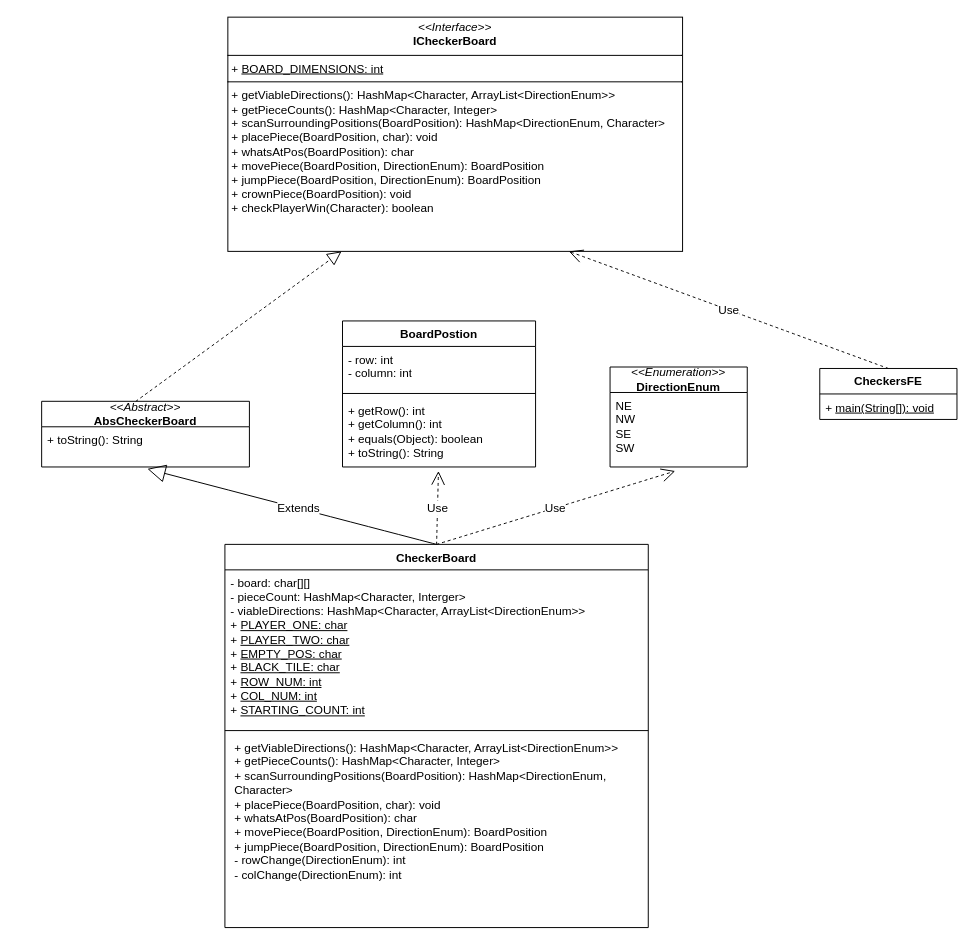
This is CheckersUML.drawio from liamnats17/cpsc2150-checkers, a draw.io file, before an edit. Source tidied: cells renumbered, new cells numbered last; positions are measured from the earlier drawing's top-left corner, leaving out a move shared by most shapes. Both pictures are drawn from the tidied source at 98%, with x=0, y=0 at pixel (41, 17).
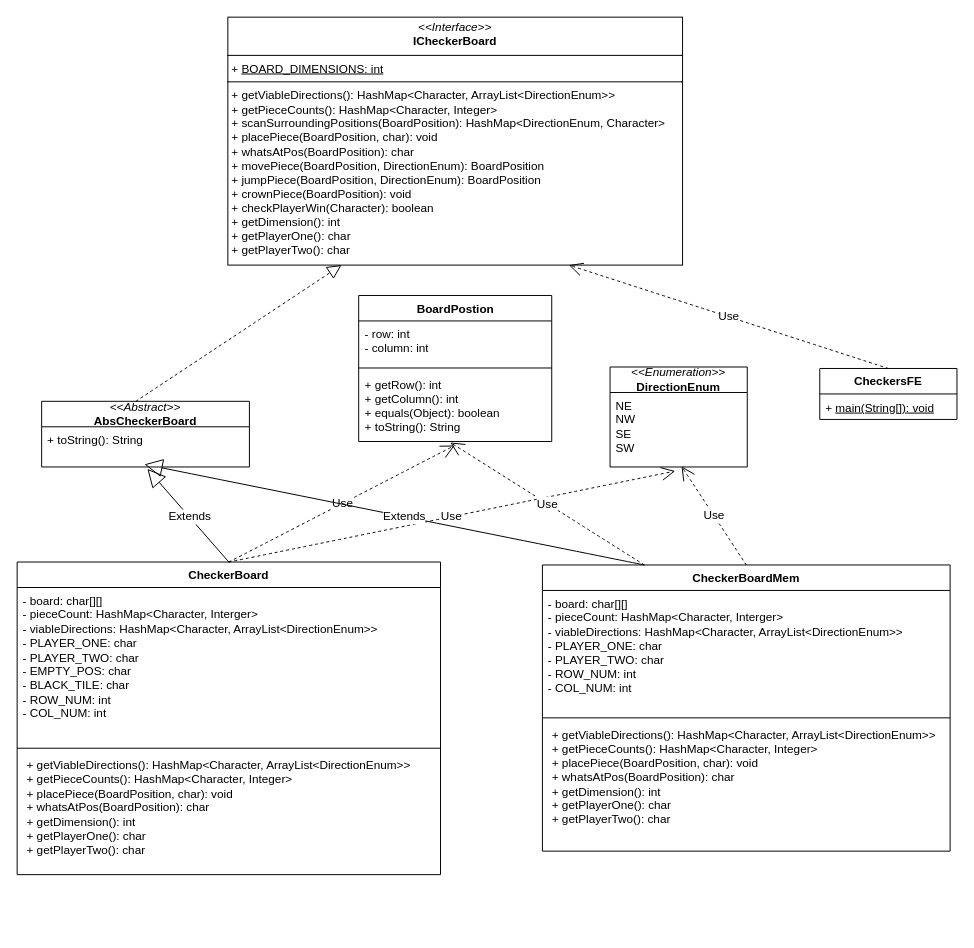
Above is the later version.

Unchanged cells that the change refers to:
```xml
<mxCell id="8" value="+ toString(): String" style="text;strokeColor=none;fillColor=none;align=left;verticalAlign=top;spacingLeft=4;spacingRight=4;overflow=hidden;points=[[0,0.5],[1,0.5]];portConstraint=eastwest;whiteSpace=wrap;html=1;" parent="7" vertex="1">
  <mxGeometry y="26" width="212" height="41" as="geometry" />
</mxCell>
<mxCell id="15" value="NE&lt;div&gt;NW&lt;/div&gt;&lt;div&gt;SE&lt;/div&gt;&lt;div&gt;SW&lt;/div&gt;" style="text;strokeColor=none;fillColor=none;align=left;verticalAlign=top;spacingLeft=4;spacingRight=4;overflow=hidden;points=[[0,0.5],[1,0.5]];portConstraint=eastwest;whiteSpace=wrap;html=1;" parent="14" vertex="1">
  <mxGeometry y="26" width="140" height="76" as="geometry" />
</mxCell>
```

Change to the diagram source:
```diff
@@
-    <mxCell id="2" value="&lt;p style=&quot;margin:0px;margin-top:4px;text-align:center;&quot;&gt;&lt;i&gt;&amp;lt;&amp;lt;Interface&amp;gt;&amp;gt;&lt;/i&gt;&lt;br&gt;&lt;b&gt;ICheckerBoard&lt;/b&gt;&lt;/p&gt;&lt;hr size=&quot;1&quot; style=&quot;border-style:solid;&quot;&gt;&lt;p style=&quot;margin:0px;margin-left:4px;&quot;&gt;+ &lt;u&gt;BOARD_DIMENSIONS: int&lt;/u&gt;&lt;br&gt;&lt;/p&gt;&lt;hr size=&quot;1&quot; style=&quot;border-style:solid;&quot;&gt;&lt;p style=&quot;margin:0px;margin-left:4px;&quot;&gt;+ getViableDirections(): HashMap&amp;lt;Character, ArrayList&amp;lt;DirectionEnum&amp;gt;&amp;gt;&lt;br&gt;+ getPieceCounts(): HashMap&amp;lt;Character, Integer&amp;gt;&lt;/p&gt;&lt;p style=&quot;margin:0px;margin-left:4px;&quot;&gt;+ scanSurroundingPositions(BoardPosition): HashMap&amp;lt;DirectionEnum, Character&amp;gt;&lt;/p&gt;&lt;p style=&quot;margin:0px;margin-left:4px;&quot;&gt;+ placePiece(BoardPosition, char): void&lt;/p&gt;&lt;p style=&quot;margin:0px;margin-left:4px;&quot;&gt;+ whatsAtPos(BoardPosition): char&lt;/p&gt;&lt;p style=&quot;margin:0px;margin-left:4px;&quot;&gt;+ movePiece(BoardPosition, DirectionEnum): BoardPosition&lt;/p&gt;&lt;p style=&quot;margin:0px;margin-left:4px;&quot;&gt;+ jumpPiece(BoardPosition, DirectionEnum): BoardPosition&lt;/p&gt;&lt;p style=&quot;margin:0px;margin-left:4px;&quot;&gt;+ crownPiece(BoardPosition): void&lt;/p&gt;&lt;p style=&quot;margin:0px;margin-left:4px;&quot;&gt;+ checkPlayerWin(Character): boolean&lt;/p&gt;&lt;p style=&quot;margin:0px;margin-left:4px;&quot;&gt;&lt;br&gt;&lt;/p&gt;" style="verticalAlign=top;align=left;overflow=fill;html=1;whiteSpace=wrap;" parent="1" vertex="1">
-      <mxGeometry x="190" width="464" height="239" as="geometry" />
+    <mxCell id="2" value="&lt;p style=&quot;margin:0px;margin-top:4px;text-align:center;&quot;&gt;&lt;i&gt;&amp;lt;&amp;lt;Interface&amp;gt;&amp;gt;&lt;/i&gt;&lt;br&gt;&lt;b&gt;ICheckerBoard&lt;/b&gt;&lt;/p&gt;&lt;hr size=&quot;1&quot; style=&quot;border-style:solid;&quot;&gt;&lt;p style=&quot;margin:0px;margin-left:4px;&quot;&gt;+ &lt;u&gt;BOARD_DIMENSIONS: int&lt;/u&gt;&lt;br&gt;&lt;/p&gt;&lt;hr size=&quot;1&quot; style=&quot;border-style:solid;&quot;&gt;&lt;p style=&quot;margin:0px;margin-left:4px;&quot;&gt;+ getViableDirections(): HashMap&amp;lt;Character, ArrayList&amp;lt;DirectionEnum&amp;gt;&amp;gt;&lt;br&gt;+ getPieceCounts(): HashMap&amp;lt;Character, Integer&amp;gt;&lt;/p&gt;&lt;p style=&quot;margin:0px;margin-left:4px;&quot;&gt;+ scanSurroundingPositions(BoardPosition): HashMap&amp;lt;DirectionEnum, Character&amp;gt;&lt;/p&gt;&lt;p style=&quot;margin:0px;margin-left:4px;&quot;&gt;+ placePiece(BoardPosition, char): void&lt;/p&gt;&lt;p style=&quot;margin:0px;margin-left:4px;&quot;&gt;+ whatsAtPos(BoardPosition): char&lt;/p&gt;&lt;p style=&quot;margin:0px;margin-left:4px;&quot;&gt;+ movePiece(BoardPosition, DirectionEnum): BoardPosition&lt;/p&gt;&lt;p style=&quot;margin:0px;margin-left:4px;&quot;&gt;+ jumpPiece(BoardPosition, DirectionEnum): BoardPosition&lt;/p&gt;&lt;p style=&quot;margin:0px;margin-left:4px;&quot;&gt;+ crownPiece(BoardPosition): void&lt;/p&gt;&lt;p style=&quot;margin:0px;margin-left:4px;&quot;&gt;+ checkPlayerWin(Character): boolean&lt;/p&gt;&lt;p style=&quot;margin:0px;margin-left:4px;&quot;&gt;+ getDimension(): int&lt;/p&gt;&lt;p style=&quot;margin: 0px 0px 0px 4px;&quot;&gt;+ getPlayerOne(): char&lt;/p&gt;&lt;p style=&quot;margin: 0px 0px 0px 4px;&quot;&gt;+ getPlayerTwo(): char&lt;/p&gt;&lt;p style=&quot;margin:0px;margin-left:4px;&quot;&gt;&lt;br&gt;&lt;/p&gt;" style="verticalAlign=top;align=left;overflow=fill;html=1;whiteSpace=wrap;" parent="1" vertex="1">
+      <mxGeometry x="190" width="464" height="253" as="geometry" />
     </mxCell>
     <mxCell id="3" value="CheckerBoard" style="swimlane;fontStyle=1;align=center;verticalAlign=top;horizontal=1;startSize=26;whiteSpace=wrap;html=1;" parent="1" vertex="1">
-      <mxGeometry x="187" y="538" width="432" height="391" as="geometry" />
+      <mxGeometry x="-25" y="556" width="432" height="319" as="geometry" />
     </mxCell>
-    <mxCell id="4" value="- board: char[][]&lt;div&gt;- pieceCount: HashMap&amp;lt;Character, Interger&amp;gt;&lt;/div&gt;&lt;div&gt;- viableDirections: HashMap&amp;lt;Character, ArrayList&amp;lt;DirectionEnum&amp;gt;&amp;gt;&lt;/div&gt;&lt;div&gt;+ &lt;u&gt;PLAYER_ONE: char&lt;/u&gt;&lt;/div&gt;&lt;div&gt;+ &lt;u&gt;PLAYER_TWO: char&lt;/u&gt;&lt;/div&gt;&lt;div&gt;+ &lt;u&gt;EMPTY_POS: char&lt;/u&gt;&lt;/div&gt;&lt;div&gt;+ &lt;u&gt;BLACK_TILE: char&lt;/u&gt;&lt;/div&gt;&lt;div&gt;+ &lt;u&gt;ROW_NUM: int&lt;/u&gt;&lt;/div&gt;&lt;div&gt;+ &lt;u&gt;COL_NUM: int&lt;/u&gt;&lt;/div&gt;&lt;div&gt;+ &lt;u&gt;STARTING_COUNT: int&lt;/u&gt;&lt;/div&gt;" style="text;strokeColor=none;fillColor=none;align=left;verticalAlign=top;spacingLeft=4;spacingRight=4;overflow=hidden;whiteSpace=wrap;html=1;" parent="3" vertex="1">
+    <mxCell id="4" value="- board: char[][]&lt;div&gt;- pieceCount: HashMap&amp;lt;Character, Interger&amp;gt;&lt;/div&gt;&lt;div&gt;- viableDirections: HashMap&amp;lt;Character, ArrayList&amp;lt;DirectionEnum&amp;gt;&amp;gt;&lt;/div&gt;&lt;div&gt;- PLAYER_ONE: char&lt;/div&gt;&lt;div&gt;-&amp;nbsp;PLAYER_TWO: char&lt;/div&gt;&lt;div&gt;- EMPTY_POS: char&lt;/div&gt;&lt;div&gt;-&amp;nbsp;BLACK_TILE: char&lt;/div&gt;&lt;div&gt;-&amp;nbsp;ROW_NUM: int&lt;/div&gt;&lt;div&gt;-&amp;nbsp;COL_NUM: int&lt;/div&gt;" style="text;strokeColor=none;fillColor=none;align=left;verticalAlign=top;spacingLeft=4;spacingRight=4;overflow=hidden;whiteSpace=wrap;html=1;" parent="3" vertex="1">
       <mxGeometry y="26" width="432" height="160" as="geometry" />
     </mxCell>
@@
-    <mxCell id="6" value="&lt;p style=&quot;margin: 0px 0px 0px 4px;&quot;&gt;+ getViableDirections(): HashMap&amp;lt;Character, ArrayList&amp;lt;DirectionEnum&amp;gt;&amp;gt;&lt;br&gt;+ getPieceCounts(): HashMap&amp;lt;Character, Integer&amp;gt;&lt;/p&gt;&lt;p style=&quot;margin: 0px 0px 0px 4px;&quot;&gt;+ scanSurroundingPositions(BoardPosition): HashMap&amp;lt;DirectionEnum, Character&amp;gt;&lt;/p&gt;&lt;p style=&quot;margin: 0px 0px 0px 4px;&quot;&gt;+ placePiece(BoardPosition, char): void&lt;/p&gt;&lt;p style=&quot;margin: 0px 0px 0px 4px;&quot;&gt;+ whatsAtPos(BoardPosition): char&lt;/p&gt;&lt;p style=&quot;margin: 0px 0px 0px 4px;&quot;&gt;+ movePiece(BoardPosition, DirectionEnum): BoardPosition&lt;/p&gt;&lt;p style=&quot;margin: 0px 0px 0px 4px;&quot;&gt;+ jumpPiece(BoardPosition, DirectionEnum): BoardPosition&lt;/p&gt;&lt;p style=&quot;margin: 0px 0px 0px 4px;&quot;&gt;- rowChange(DirectionEnum): int&lt;/p&gt;&lt;p style=&quot;margin: 0px 0px 0px 4px;&quot;&gt;- colChange(DirectionEnum): int&lt;/p&gt;&lt;p style=&quot;margin: 0px 0px 0px 4px;&quot;&gt;&lt;br&gt;&lt;/p&gt;" style="text;strokeColor=none;fillColor=none;align=left;verticalAlign=top;spacingLeft=4;spacingRight=4;overflow=hidden;whiteSpace=wrap;html=1;" parent="3" vertex="1">
-      <mxGeometry y="194" width="432" height="197" as="geometry" />
+    <mxCell id="6" value="&lt;p style=&quot;margin: 0px 0px 0px 4px;&quot;&gt;+ getViableDirections(): HashMap&amp;lt;Character, ArrayList&amp;lt;DirectionEnum&amp;gt;&amp;gt;&lt;br&gt;+ getPieceCounts(): HashMap&amp;lt;Character, Integer&amp;gt;&lt;/p&gt;&lt;p style=&quot;margin: 0px 0px 0px 4px;&quot;&gt;+ placePiece(BoardPosition, char): void&lt;/p&gt;&lt;p style=&quot;margin: 0px 0px 0px 4px;&quot;&gt;+ whatsAtPos(BoardPosition): char&lt;/p&gt;&lt;p style=&quot;margin: 0px 0px 0px 4px;&quot;&gt;+ getDimension(): int&lt;/p&gt;&lt;p style=&quot;margin: 0px 0px 0px 4px;&quot;&gt;+ getPlayerOne(): char&lt;/p&gt;&lt;p style=&quot;margin: 0px 0px 0px 4px;&quot;&gt;+ getPlayerTwo(): char&lt;/p&gt;" style="text;strokeColor=none;fillColor=none;align=left;verticalAlign=top;spacingLeft=4;spacingRight=4;overflow=hidden;whiteSpace=wrap;html=1;" parent="3" vertex="1">
+      <mxGeometry y="194" width="432" height="125" as="geometry" />
     </mxCell>
@@
     <mxCell id="9" value="BoardPostion" style="swimlane;fontStyle=1;align=center;verticalAlign=top;horizontal=1;startSize=26;whiteSpace=wrap;html=1;" parent="1" vertex="1">
-      <mxGeometry x="307" y="310" width="197" height="149" as="geometry" />
+      <mxGeometry x="323.5" y="284" width="197" height="149" as="geometry" />
     </mxCell>
@@
+    <mxCell id="22" value="CheckerBoardMem" style="swimlane;fontStyle=1;align=center;verticalAlign=top;horizontal=1;startSize=26;whiteSpace=wrap;html=1;" parent="1" vertex="1">
+      <mxGeometry x="511" y="559" width="416" height="292" as="geometry" />
+    </mxCell>
+    <mxCell id="23" value="- board: char[][]&lt;div&gt;- pieceCount: HashMap&amp;lt;Character, Interger&amp;gt;&lt;/div&gt;&lt;div&gt;- viableDirections: HashMap&amp;lt;Character, ArrayList&amp;lt;DirectionEnum&amp;gt;&amp;gt;&lt;/div&gt;&lt;div&gt;- PLAYER_ONE: char&lt;/div&gt;&lt;div&gt;-&amp;nbsp;PLAYER_TWO: char&lt;/div&gt;&lt;div&gt;-&amp;nbsp;ROW_NUM: int&lt;/div&gt;&lt;div&gt;-&amp;nbsp;COL_NUM: int&lt;/div&gt;" style="text;strokeColor=none;fillColor=none;align=left;verticalAlign=top;spacingLeft=4;spacingRight=4;overflow=hidden;whiteSpace=wrap;html=1;" parent="22" vertex="1">
+      <mxGeometry y="26" width="416" height="126" as="geometry" />
+    </mxCell>
+    <mxCell id="24" style="line;strokeWidth=1;fillColor=none;align=left;verticalAlign=middle;spacingTop=-1;spacingLeft=3;spacingRight=3;labelPosition=right;strokeColor=inherit;" parent="22" vertex="1">
+      <mxGeometry y="152" width="416" height="8" as="geometry" />
+    </mxCell>
+    <mxCell id="25" value="&lt;p style=&quot;margin: 0px 0px 0px 4px;&quot;&gt;+ getViableDirections(): HashMap&amp;lt;Character, ArrayList&amp;lt;DirectionEnum&amp;gt;&amp;gt;&lt;br&gt;+ getPieceCounts(): HashMap&amp;lt;Character, Integer&amp;gt;&lt;/p&gt;&lt;p style=&quot;margin: 0px 0px 0px 4px;&quot;&gt;+ placePiece(BoardPosition, char): void&lt;/p&gt;&lt;p style=&quot;margin: 0px 0px 0px 4px;&quot;&gt;+ whatsAtPos(BoardPosition): char&lt;/p&gt;&lt;p style=&quot;margin: 0px 0px 0px 4px;&quot;&gt;+ getDimension(): int&lt;/p&gt;&lt;p style=&quot;margin: 0px 0px 0px 4px;&quot;&gt;+ getPlayerOne(): char&lt;/p&gt;&lt;p style=&quot;margin: 0px 0px 0px 4px;&quot;&gt;+ getPlayerTwo(): char&lt;/p&gt;" style="text;strokeColor=none;fillColor=none;align=left;verticalAlign=top;spacingLeft=4;spacingRight=4;overflow=hidden;whiteSpace=wrap;html=1;" parent="22" vertex="1">
+      <mxGeometry y="160" width="416" height="132" as="geometry" />
+    </mxCell>
+    <mxCell id="26" value="Extends" style="endArrow=block;endSize=16;endFill=0;html=1;rounded=0;fontSize=12;curved=1;exitX=0.25;exitY=0;exitDx=0;exitDy=0;entryX=0.495;entryY=0.935;entryDx=0;entryDy=0;entryPerimeter=0;" parent="1" edge="1" source="22" target="8">
+      <mxGeometry x="-0.04" relative="1" as="geometry" />
+    </mxCell>
+    <mxCell id="27" value="Use" style="endArrow=open;endSize=12;dashed=1;html=1;rounded=0;fontSize=12;curved=1;exitX=0.25;exitY=0;exitDx=0;exitDy=0;" parent="1" edge="1" source="22">
+      <mxGeometry relative="1" as="geometry">
+        <mxPoint x="417" y="434" as="targetPoint" />
+      </mxGeometry>
+    </mxCell>
+    <mxCell id="28" value="Use" style="endArrow=open;endSize=12;dashed=1;html=1;rounded=0;fontSize=12;curved=1;exitX=0.5;exitY=0;exitDx=0;exitDy=0;entryX=0.521;entryY=0.991;entryDx=0;entryDy=0;entryPerimeter=0;" parent="1" edge="1" source="22" target="15">
+      <mxGeometry relative="1" as="geometry" />
+    </mxCell>
```
